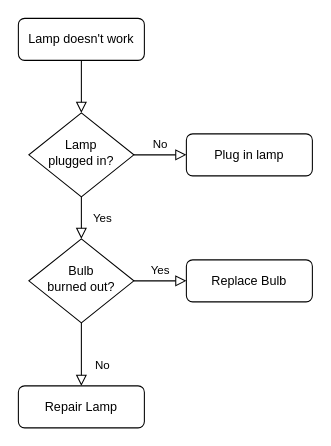
This is Untitled Diagram.drawio from Waqarabid/Test, a draw.io file, before an edit. Source tidied: cells renumbered, new cells numbered last; positions are measured from the earlier drawing's top-left corner, leaving out a move shared by most shapes. Both pictures are drawn from the tidied source at 105%, with x=0, y=0 at pixel (18, 18).
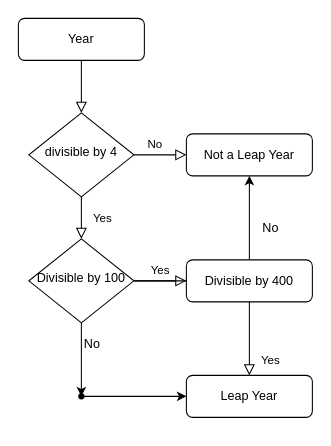
Above is the later version.

What changed in the source:
```diff
@@
-    <mxCell id="3" value="Lamp doesn't work" style="rounded=1;whiteSpace=wrap;html=1;fontSize=12;glass=0;strokeWidth=1;shadow=0;" parent="1" vertex="1">
+    <mxCell id="3" value="Year" style="rounded=1;whiteSpace=wrap;html=1;fontSize=12;glass=0;strokeWidth=1;shadow=0;" parent="1" vertex="1">
       <mxGeometry width="120" height="40" as="geometry" />
     </mxCell>
@@
     <mxCell id="5" value="No" style="edgeStyle=orthogonalEdgeStyle;rounded=0;html=1;jettySize=auto;fontSize=11;endArrow=block;endFill=0;endSize=8;strokeWidth=1;shadow=0;labelBackgroundColor=none;" parent="1" edge="1" source="6" target="7">
-      <mxGeometry y="10" relative="1" as="geometry" />
+      <mxGeometry x="-0.2" y="10" relative="1" as="geometry" />
     </mxCell>
-    <mxCell id="6" value="Lamp&lt;br&gt;plugged in?" style="rhombus;whiteSpace=wrap;html=1;shadow=0;fontFamily=Helvetica;fontSize=12;align=center;strokeWidth=1;spacing=6;spacingTop=-4;" parent="1" vertex="1">
+    <mxCell id="6" value="divisible by 4" style="rhombus;whiteSpace=wrap;html=1;shadow=0;fontFamily=Helvetica;fontSize=12;align=center;strokeWidth=1;spacing=6;spacingTop=-4;" parent="1" vertex="1">
       <mxGeometry x="10" y="90" width="100" height="80" as="geometry" />
     </mxCell>
-    <mxCell id="7" value="Plug in lamp" style="rounded=1;whiteSpace=wrap;html=1;fontSize=12;glass=0;strokeWidth=1;shadow=0;" parent="1" vertex="1">
+    <mxCell id="7" value="Not a Leap Year" style="rounded=1;whiteSpace=wrap;html=1;fontSize=12;glass=0;strokeWidth=1;shadow=0;" parent="1" vertex="1">
       <mxGeometry x="160" y="110" width="120" height="40" as="geometry" />
     </mxCell>
-    <mxCell id="8" value="No" style="rounded=0;html=1;jettySize=auto;fontSize=11;endArrow=block;endFill=0;endSize=8;strokeWidth=1;shadow=0;labelBackgroundColor=none;edgeStyle=orthogonalEdgeStyle;" parent="1" edge="1" source="10" target="11">
-      <mxGeometry x="0.33" y="20" relative="1" as="geometry" />
+    <mxCell id="8" value="Yes" style="rounded=0;html=1;jettySize=auto;fontSize=11;endArrow=block;endFill=0;endSize=8;strokeWidth=1;shadow=0;labelBackgroundColor=none;edgeStyle=orthogonalEdgeStyle;startArrow=none;" parent="1" edge="1" source="12" target="11">
+      <mxGeometry x="0.6" y="20" relative="1" as="geometry" />
     </mxCell>
@@
+    <mxCell id="13" style="edgeStyle=orthogonalEdgeStyle;rounded=0;jettySize=auto;html=1;" parent="1" edge="1" source="10">
+      <mxGeometry relative="1" as="geometry">
+        <mxPoint x="60" y="360" as="targetPoint" />
+        <Array as="points">
+          <mxPoint x="60" y="360" />
+          <mxPoint x="60" y="360" />
+        </Array>
+      </mxGeometry>
+    </mxCell>
-    <mxCell id="10" value="Bulb&lt;br&gt;burned out?" style="rhombus;whiteSpace=wrap;html=1;shadow=0;fontFamily=Helvetica;fontSize=12;align=center;strokeWidth=1;spacing=6;spacingTop=-4;" parent="1" vertex="1">
+    <mxCell id="10" value="Divisible by 100" style="rhombus;whiteSpace=wrap;html=1;shadow=0;fontFamily=Helvetica;fontSize=12;align=center;strokeWidth=1;spacing=6;spacingTop=-4;" parent="1" vertex="1">
       <mxGeometry x="10" y="210" width="100" height="80" as="geometry" />
     </mxCell>
-    <mxCell id="11" value="Repair Lamp" style="rounded=1;whiteSpace=wrap;html=1;fontSize=12;glass=0;strokeWidth=1;shadow=0;" parent="1" vertex="1">
-      <mxGeometry y="350" width="120" height="40" as="geometry" />
+    <mxCell id="11" value="Leap Year" style="rounded=1;whiteSpace=wrap;html=1;fontSize=12;glass=0;strokeWidth=1;shadow=0;" parent="1" vertex="1">
+      <mxGeometry x="160" y="340" width="120" height="40" as="geometry" />
     </mxCell>
+    <mxCell id="14" style="edgeStyle=orthogonalEdgeStyle;rounded=0;jettySize=auto;html=1;" parent="1" edge="1" source="12" target="7">
+      <mxGeometry relative="1" as="geometry" />
+    </mxCell>
+    <mxCell id="15" value="No&lt;br&gt;" style="text;html=1;align=center;verticalAlign=middle;strokeColor=none;fillColor=none;" parent="1" vertex="1">
+      <mxGeometry x="225" y="190" width="30" height="20" as="geometry" />
+    </mxCell>
-    <mxCell id="12" value="Replace Bulb" style="rounded=1;whiteSpace=wrap;html=1;fontSize=12;glass=0;strokeWidth=1;shadow=0;" parent="1" vertex="1">
+    <mxCell id="12" value="Divisible by 400" style="rounded=1;whiteSpace=wrap;html=1;fontSize=12;glass=0;strokeWidth=1;shadow=0;" parent="1" vertex="1">
       <mxGeometry x="160" y="230" width="120" height="40" as="geometry" />
     </mxCell>
+    <mxCell id="16" style="rounded=0;html=1;jettySize=auto;fontSize=11;endArrow=none;endFill=0;endSize=8;strokeWidth=1;shadow=0;labelBackgroundColor=none;edgeStyle=orthogonalEdgeStyle;" parent="1" edge="1" source="10" target="12">
+      <mxGeometry x="0.6" y="20" relative="1" as="geometry" />
+    </mxCell>
+    <mxCell id="17" value="No" style="text;html=1;align=center;verticalAlign=middle;strokeColor=none;fillColor=none;" parent="1" vertex="1">
+      <mxGeometry x="55" y="300" width="30" height="20" as="geometry" />
+    </mxCell>
+    <mxCell id="18" style="edgeStyle=none;rounded=0;jettySize=auto;html=1;" parent="1" edge="1" source="19" target="11">
+      <mxGeometry relative="1" as="geometry" />
+    </mxCell>
+    <mxCell id="19" style="shape=waypoint;sketch=0;size=6;points=[];fillColor=none;perimeter=centerPerimeter;snapToPoint=1;" parent="1" vertex="1">
+      <mxGeometry x="40" y="340" width="40" height="40" as="geometry" />
+    </mxCell>
```
